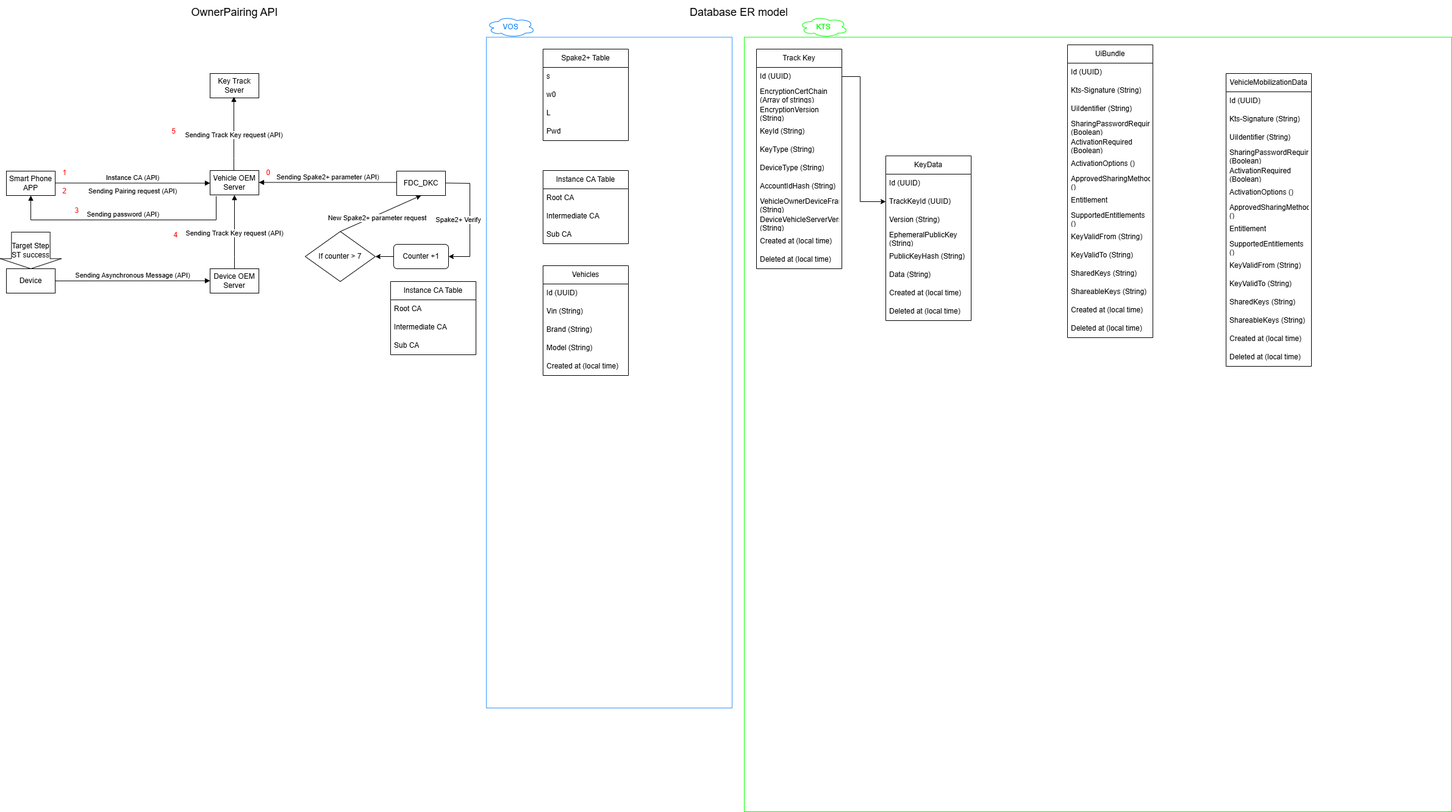
LaurenHsu31/DKC keeps this draw.io diagram as IoVOwnerPairingAPI.drawio.png. Above is the earlier version. Source tidied: cells renumbered, new cells last; positions are measured from the earlier drawing's top-left corner, leaving out a move shared by most shapes.
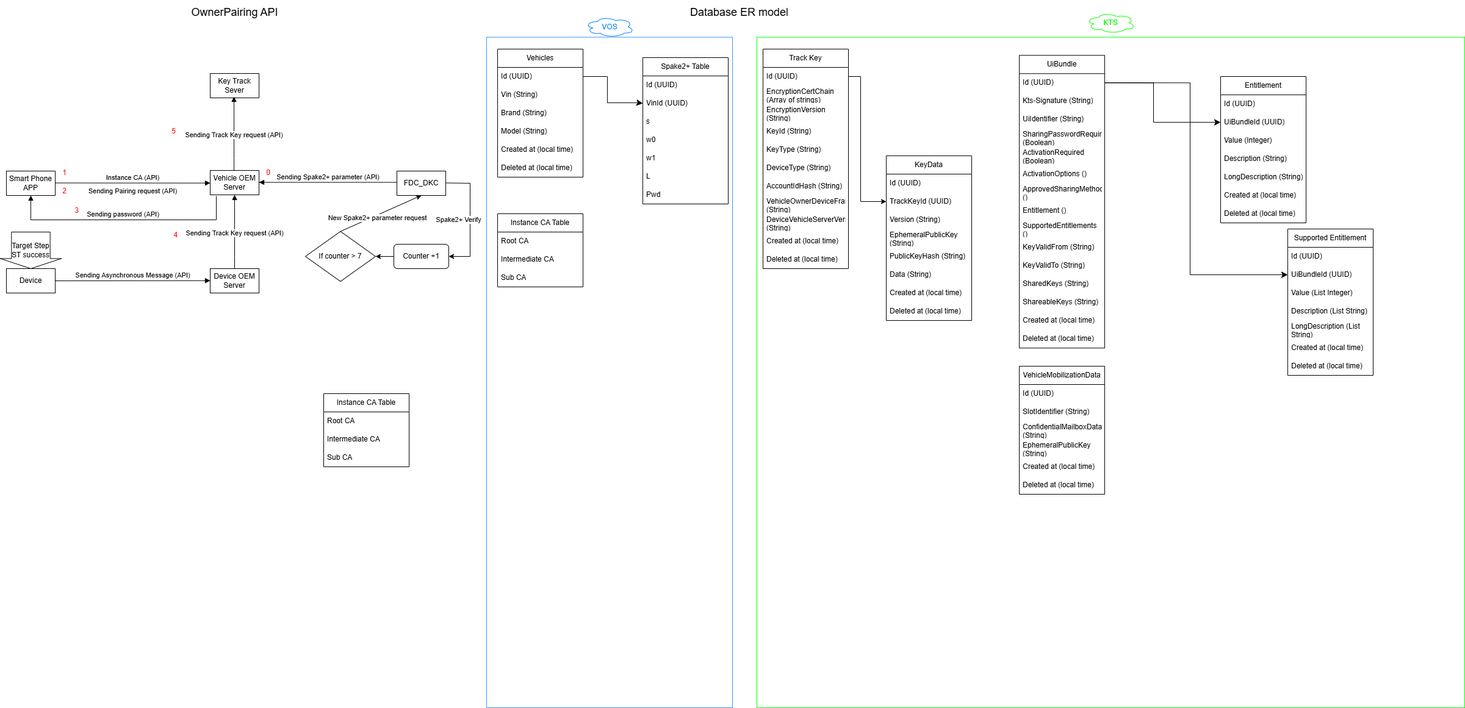
The same file after the commit.

The edit, as a diff of the source:
```diff
@@ -90,18 +90,27 @@
     <mxCell id="23" value="Spake2+ Table" style="swimlane;fontStyle=0;horizontal=1;startSize=30;whiteSpace=wrap;html=1;" parent="1" vertex="1">
-      <mxGeometry x="890" y="80" width="140" height="150" as="geometry" />
+      <mxGeometry x="1053" y="94" width="140" height="240" as="geometry" />
     </mxCell>
-    <mxCell id="24" value="s" style="text;strokeColor=none;fillColor=none;align=left;verticalAlign=middle;spacingLeft=4;spacingRight=4;overflow=hidden;whiteSpace=wrap;html=1;" parent="23" vertex="1">
+    <mxCell id="24" value="Id (UUID)" style="text;strokeColor=none;fillColor=none;align=left;verticalAlign=middle;spacingLeft=4;spacingRight=4;overflow=hidden;whiteSpace=wrap;html=1;" parent="23" vertex="1">
       <mxGeometry y="30" width="140" height="30" as="geometry" />
     </mxCell>
+    <mxCell id="108" value="VinId (UUID)" style="text;strokeColor=none;fillColor=none;align=left;verticalAlign=middle;spacingLeft=4;spacingRight=4;overflow=hidden;points=[[0,0.5],[1,0.5]];portConstraint=eastwest;whiteSpace=wrap;html=1;" parent="23" vertex="1">
+      <mxGeometry y="60" width="140" height="30" as="geometry" />
+    </mxCell>
+    <mxCell id="109" value="s" style="text;strokeColor=none;fillColor=none;align=left;verticalAlign=middle;spacingLeft=4;spacingRight=4;overflow=hidden;whiteSpace=wrap;html=1;" parent="23" vertex="1">
+      <mxGeometry y="90" width="140" height="30" as="geometry" />
+    </mxCell>
     <mxCell id="25" value="w0" style="text;strokeColor=none;fillColor=none;align=left;verticalAlign=middle;spacingLeft=4;spacingRight=4;overflow=hidden;whiteSpace=wrap;html=1;" parent="23" vertex="1">
-      <mxGeometry y="60" width="140" height="30" as="geometry" />
+      <mxGeometry y="120" width="140" height="30" as="geometry" />
     </mxCell>
+    <mxCell id="110" value="w1" style="text;strokeColor=none;fillColor=none;align=left;verticalAlign=middle;spacingLeft=4;spacingRight=4;overflow=hidden;whiteSpace=wrap;html=1;" parent="23" vertex="1">
+      <mxGeometry y="150" width="140" height="30" as="geometry" />
+    </mxCell>
     <mxCell id="26" value="L" style="text;strokeColor=none;fillColor=none;align=left;verticalAlign=middle;spacingLeft=4;spacingRight=4;overflow=hidden;whiteSpace=wrap;html=1;" parent="23" vertex="1">
-      <mxGeometry y="90" width="140" height="30" as="geometry" />
+      <mxGeometry y="180" width="140" height="30" as="geometry" />
     </mxCell>
     <mxCell id="27" value="Pwd" style="text;strokeColor=none;fillColor=none;align=left;verticalAlign=middle;spacingLeft=4;spacingRight=4;overflow=hidden;whiteSpace=wrap;html=1;" parent="23" vertex="1">
-      <mxGeometry y="120" width="140" height="30" as="geometry" />
+      <mxGeometry y="210" width="140" height="30" as="geometry" />
     </mxCell>
     <mxCell id="28" value="Instance CA Table" style="swimlane;fontStyle=0;horizontal=1;startSize=30;whiteSpace=wrap;html=1;" parent="1" vertex="1">
-      <mxGeometry x="890" y="279" width="140" height="120" as="geometry" />
+      <mxGeometry x="815" y="350" width="140" height="120" as="geometry" />
     </mxCell>
@@ -120,12 +129,12 @@
     <mxCell id="33" value="&lt;font style=&quot;color: rgb(0, 127, 255);&quot;&gt;VOS&lt;/font&gt;" style="ellipse;shape=cloud;whiteSpace=wrap;html=1;strokeColor=#007FFF;" parent="1" vertex="1">
-      <mxGeometry x="797" y="26.5" width="80" height="34" as="geometry" />
+      <mxGeometry x="958.5" y="26.5" width="80" height="34" as="geometry" />
     </mxCell>
     <mxCell id="34" style="rounded=0;whiteSpace=wrap;html=1;fillColor=none;strokeColor=#00FF00;" parent="1" vertex="1">
-      <mxGeometry x="1220" y="60.5" width="1160" height="1269.5" as="geometry" />
+      <mxGeometry x="1240" y="60.5" width="1160" height="1099.5" as="geometry" />
     </mxCell>
     <mxCell id="35" value="&lt;font style=&quot;color: rgb(0, 255, 0);&quot;&gt;KTS&lt;/font&gt;" style="ellipse;shape=cloud;whiteSpace=wrap;html=1;strokeColor=#00FF00;" parent="1" vertex="1">
-      <mxGeometry x="1310" y="26.5" width="80" height="34" as="geometry" />
+      <mxGeometry x="1780" y="20" width="80" height="34" as="geometry" />
     </mxCell>
     <mxCell id="36" value="Vehicles" style="swimlane;fontStyle=0;horizontal=1;startSize=30;whiteSpace=wrap;html=1;" parent="1" vertex="1">
-      <mxGeometry x="890" y="435" width="140" height="180" as="geometry" />
+      <mxGeometry x="815" y="80" width="140" height="210" as="geometry" />
     </mxCell>
@@ -146,2 +155,5 @@
     </mxCell>
+    <mxCell id="111" value="Deleted at (local time)" style="text;strokeColor=none;fillColor=none;align=left;verticalAlign=middle;spacingLeft=4;spacingRight=4;overflow=hidden;whiteSpace=wrap;html=1;" parent="36" vertex="1">
+      <mxGeometry y="180" width="140" height="30" as="geometry" />
+    </mxCell>
     <mxCell id="42" value="Counter +1" style="rounded=1;whiteSpace=wrap;html=1;" parent="1" vertex="1">
@@ -186,3 +198,3 @@
     <mxCell id="50" value="UiBundle" style="swimlane;fontStyle=0;horizontal=1;startSize=30;whiteSpace=wrap;html=1;" parent="1" vertex="1">
-      <mxGeometry x="1750" y="73" width="140" height="480" as="geometry" />
+      <mxGeometry x="1670" y="90.2" width="140" height="480" as="geometry" />
     </mxCell>
@@ -209,3 +221,3 @@
     </mxCell>
-    <mxCell id="58" value="Entitlement" style="text;strokeColor=none;fillColor=none;align=left;verticalAlign=middle;spacingLeft=4;spacingRight=4;overflow=hidden;whiteSpace=wrap;html=1;" parent="50" vertex="1">
+    <mxCell id="58" value="Entitlement ()" style="text;strokeColor=none;fillColor=none;align=left;verticalAlign=middle;spacingLeft=4;spacingRight=4;overflow=hidden;whiteSpace=wrap;html=1;" parent="50" vertex="1">
       <mxGeometry y="240" width="140" height="30" as="geometry" />
@@ -261,3 +273,3 @@
     <mxCell id="75" value="Track Key" style="swimlane;fontStyle=0;horizontal=1;startSize=30;whiteSpace=wrap;html=1;" parent="1" vertex="1">
-      <mxGeometry x="1240" y="80" width="140" height="360" as="geometry" />
+      <mxGeometry x="1250" y="80" width="140" height="360" as="geometry" />
     </mxCell>
@@ -297,3 +309,3 @@
     <mxCell id="87" value="Instance CA Table" style="swimlane;fontStyle=0;horizontal=1;startSize=30;whiteSpace=wrap;html=1;" parent="1" vertex="1">
-      <mxGeometry x="640" y="461" width="140" height="120" as="geometry" />
+      <mxGeometry x="530" y="645" width="140" height="120" as="geometry" />
     </mxCell>
@@ -317,3 +329,3 @@
     <mxCell id="92" value="VehicleMobilizationData" style="swimlane;fontStyle=0;horizontal=1;startSize=30;whiteSpace=wrap;html=1;" parent="1" vertex="1">
-      <mxGeometry x="2010" y="120" width="140" height="480" as="geometry" />
+      <mxGeometry x="1670" y="600" width="140" height="210" as="geometry" />
     </mxCell>
@@ -322,44 +334,92 @@
     </mxCell>
-    <mxCell id="94" value="Kts-Signature (String)" style="text;strokeColor=none;fillColor=none;align=left;verticalAlign=middle;spacingLeft=4;spacingRight=4;overflow=hidden;whiteSpace=wrap;html=1;" parent="92" vertex="1">
+    <mxCell id="94" value="SlotIdentifier (String)" style="text;strokeColor=none;fillColor=none;align=left;verticalAlign=middle;spacingLeft=4;spacingRight=4;overflow=hidden;whiteSpace=wrap;html=1;" parent="92" vertex="1">
       <mxGeometry y="60" width="140" height="30" as="geometry" />
     </mxCell>
-    <mxCell id="95" value="UiIdentifier (String)" style="text;strokeColor=none;fillColor=none;align=left;verticalAlign=middle;spacingLeft=4;spacingRight=4;overflow=hidden;whiteSpace=wrap;html=1;" parent="92" vertex="1">
+    <mxCell id="95" value="ConfidentialMailboxData (String)" style="text;strokeColor=none;fillColor=none;align=left;verticalAlign=middle;spacingLeft=4;spacingRight=4;overflow=hidden;whiteSpace=wrap;html=1;" parent="92" vertex="1">
       <mxGeometry y="90" width="140" height="30" as="geometry" />
     </mxCell>
-    <mxCell id="96" value="SharingPasswordRequired (Boolean)" style="text;strokeColor=none;fillColor=none;align=left;verticalAlign=middle;spacingLeft=4;spacingRight=4;overflow=hidden;whiteSpace=wrap;html=1;" parent="92" vertex="1">
+    <mxCell id="96" value="EphemeralPublicKey (String)" style="text;strokeColor=none;fillColor=none;align=left;verticalAlign=middle;spacingLeft=4;spacingRight=4;overflow=hidden;whiteSpace=wrap;html=1;" parent="92" vertex="1">
       <mxGeometry y="120" width="140" height="30" as="geometry" />
     </mxCell>
-    <mxCell id="97" value="ActivationRequired (Boolean)" style="text;strokeColor=none;fillColor=none;align=left;verticalAlign=middle;spacingLeft=4;spacingRight=4;overflow=hidden;whiteSpace=wrap;html=1;" parent="92" vertex="1">
+    <mxCell id="97" value="Created at (local time)" style="text;strokeColor=none;fillColor=none;align=left;verticalAlign=middle;spacingLeft=4;spacingRight=4;overflow=hidden;whiteSpace=wrap;html=1;" parent="92" vertex="1">
       <mxGeometry y="150" width="140" height="30" as="geometry" />
     </mxCell>
-    <mxCell id="98" value="ActivationOptions ()" style="text;strokeColor=none;fillColor=none;align=left;verticalAlign=middle;spacingLeft=4;spacingRight=4;overflow=hidden;whiteSpace=wrap;html=1;" parent="92" vertex="1">
+    <mxCell id="98" value="Deleted at (local time)" style="text;strokeColor=none;fillColor=none;align=left;verticalAlign=middle;spacingLeft=4;spacingRight=4;overflow=hidden;whiteSpace=wrap;html=1;" parent="92" vertex="1">
       <mxGeometry y="180" width="140" height="30" as="geometry" />
     </mxCell>
-    <mxCell id="99" value="ApprovedSharingMethods ()" style="text;strokeColor=none;fillColor=none;align=left;verticalAlign=middle;spacingLeft=4;spacingRight=4;overflow=hidden;whiteSpace=wrap;html=1;" parent="92" vertex="1">
-      <mxGeometry y="210" width="140" height="30" as="geometry" />
-    </mxCell>
-    <mxCell id="100" value="Entitlement" style="text;strokeColor=none;fillColor=none;align=left;verticalAlign=middle;spacingLeft=4;spacingRight=4;overflow=hidden;whiteSpace=wrap;html=1;" parent="92" vertex="1">
-      <mxGeometry y="240" width="140" height="30" as="geometry" />
+    <mxCell id="100" value="Entitlement" style="swimlane;fontStyle=0;horizontal=1;startSize=30;whiteSpace=wrap;html=1;" parent="1" vertex="1">
+      <mxGeometry x="2000" y="125" width="140" height="240" as="geometry" />
     </mxCell>
-    <mxCell id="101" value="SupportedEntitlements ()" style="text;strokeColor=none;fillColor=none;align=left;verticalAlign=middle;spacingLeft=4;spacingRight=4;overflow=hidden;whiteSpace=wrap;html=1;" parent="92" vertex="1">
-      <mxGeometry y="270" width="140" height="30" as="geometry" />
-    </mxCell>
-    <mxCell id="102" value="KeyValidFrom (String)" style="text;strokeColor=none;fillColor=none;align=left;verticalAlign=middle;spacingLeft=4;spacingRight=4;overflow=hidden;whiteSpace=wrap;html=1;" parent="92" vertex="1">
-      <mxGeometry y="300" width="140" height="30" as="geometry" />
-    </mxCell>
-    <mxCell id="103" value="KeyValidTo (String)" style="text;strokeColor=none;fillColor=none;align=left;verticalAlign=middle;spacingLeft=4;spacingRight=4;overflow=hidden;whiteSpace=wrap;html=1;" parent="92" vertex="1">
-      <mxGeometry y="330" width="140" height="30" as="geometry" />
-    </mxCell>
-    <mxCell id="104" value="SharedKeys (String)" style="text;strokeColor=none;fillColor=none;align=left;verticalAlign=middle;spacingLeft=4;spacingRight=4;overflow=hidden;whiteSpace=wrap;html=1;" parent="92" vertex="1">
-      <mxGeometry y="360" width="140" height="30" as="geometry" />
-    </mxCell>
-    <mxCell id="105" value="ShareableKeys (String)" style="text;strokeColor=none;fillColor=none;align=left;verticalAlign=middle;spacingLeft=4;spacingRight=4;overflow=hidden;whiteSpace=wrap;html=1;" parent="92" vertex="1">
-      <mxGeometry y="390" width="140" height="30" as="geometry" />
-    </mxCell>
-    <mxCell id="106" value="Created at (local time)" style="text;strokeColor=none;fillColor=none;align=left;verticalAlign=middle;spacingLeft=4;spacingRight=4;overflow=hidden;whiteSpace=wrap;html=1;" parent="92" vertex="1">
-      <mxGeometry y="420" width="140" height="30" as="geometry" />
-    </mxCell>
-    <mxCell id="107" value="Deleted at (local time)" style="text;strokeColor=none;fillColor=none;align=left;verticalAlign=middle;spacingLeft=4;spacingRight=4;overflow=hidden;whiteSpace=wrap;html=1;" parent="92" vertex="1">
-      <mxGeometry y="450" width="140" height="30" as="geometry" />
-    </mxCell>
+    <mxCell id="112" value="Id (UUID)" style="text;strokeColor=none;fillColor=none;align=left;verticalAlign=middle;spacingLeft=4;spacingRight=4;overflow=hidden;whiteSpace=wrap;html=1;" parent="100" vertex="1">
+      <mxGeometry y="30" width="140" height="30" as="geometry" />
+    </mxCell>
+    <mxCell id="113" value="UiBundleId (UUID)" style="text;strokeColor=none;fillColor=none;align=left;verticalAlign=middle;spacingLeft=4;spacingRight=4;overflow=hidden;points=[[0,0.5],[1,0.5]];portConstraint=eastwest;whiteSpace=wrap;html=1;" parent="100" vertex="1">
+      <mxGeometry y="60" width="140" height="30" as="geometry" />
+    </mxCell>
+    <mxCell id="114" value="Value (Integer)" style="text;strokeColor=none;fillColor=none;align=left;verticalAlign=middle;spacingLeft=4;spacingRight=4;overflow=hidden;whiteSpace=wrap;html=1;" parent="100" vertex="1">
+      <mxGeometry y="90" width="140" height="30" as="geometry" />
+    </mxCell>
+    <mxCell id="115" value="Description (String)" style="text;strokeColor=none;fillColor=none;align=left;verticalAlign=middle;spacingLeft=4;spacingRight=4;overflow=hidden;whiteSpace=wrap;html=1;" parent="100" vertex="1">
+      <mxGeometry y="120" width="140" height="30" as="geometry" />
+    </mxCell>
+    <mxCell id="116" value="LongDescription (String)" style="text;strokeColor=none;fillColor=none;align=left;verticalAlign=middle;spacingLeft=4;spacingRight=4;overflow=hidden;whiteSpace=wrap;html=1;" parent="100" vertex="1">
+      <mxGeometry y="150" width="140" height="30" as="geometry" />
+    </mxCell>
+    <mxCell id="117" value="Created at (local time)" style="text;strokeColor=none;fillColor=none;align=left;verticalAlign=middle;spacingLeft=4;spacingRight=4;overflow=hidden;whiteSpace=wrap;html=1;" parent="100" vertex="1">
+      <mxGeometry y="180" width="140" height="30" as="geometry" />
+    </mxCell>
+    <mxCell id="118" value="Deleted at (local time)" style="text;strokeColor=none;fillColor=none;align=left;verticalAlign=middle;spacingLeft=4;spacingRight=4;overflow=hidden;whiteSpace=wrap;html=1;" parent="100" vertex="1">
+      <mxGeometry y="210" width="140" height="30" as="geometry" />
+    </mxCell>
+    <mxCell id="119" style="edgeStyle=segmentEdgeStyle;endArrow=classic;html=1;curved=0;rounded=0;endSize=8;startSize=8;sourcePerimeterSpacing=0;targetPerimeterSpacing=0;exitX=1;exitY=0.5;exitDx=0;exitDy=0;entryX=0;entryY=0.5;entryDx=0;entryDy=0;" parent="1" edge="1" source="51" target="113">
+      <mxGeometry relative="1" as="geometry">
+        <Array as="points">
+          <mxPoint x="1890" y="135" />
+          <mxPoint x="1890" y="200" />
+          <mxPoint x="2000" y="200" />
+        </Array>
+      </mxGeometry>
+    </mxCell>
+    <mxCell id="120" value="Supported Entitlement" style="swimlane;fontStyle=0;horizontal=1;startSize=30;whiteSpace=wrap;html=1;" parent="1" vertex="1">
+      <mxGeometry x="2110" y="375" width="140" height="240" as="geometry" />
+    </mxCell>
+    <mxCell id="121" value="Id (UUID)" style="text;strokeColor=none;fillColor=none;align=left;verticalAlign=middle;spacingLeft=4;spacingRight=4;overflow=hidden;whiteSpace=wrap;html=1;" parent="120" vertex="1">
+      <mxGeometry y="30" width="140" height="30" as="geometry" />
+    </mxCell>
+    <mxCell id="122" value="UiBundleId (UUID)" style="text;strokeColor=none;fillColor=none;align=left;verticalAlign=middle;spacingLeft=4;spacingRight=4;overflow=hidden;points=[[0,0.5],[1,0.5]];portConstraint=eastwest;whiteSpace=wrap;html=1;" parent="120" vertex="1">
+      <mxGeometry y="60" width="140" height="30" as="geometry" />
+    </mxCell>
+    <mxCell id="123" value="Value (List Integer)" style="text;strokeColor=none;fillColor=none;align=left;verticalAlign=middle;spacingLeft=4;spacingRight=4;overflow=hidden;whiteSpace=wrap;html=1;" parent="120" vertex="1">
+      <mxGeometry y="90" width="140" height="30" as="geometry" />
+    </mxCell>
+    <mxCell id="124" value="Description (List String)" style="text;strokeColor=none;fillColor=none;align=left;verticalAlign=middle;spacingLeft=4;spacingRight=4;overflow=hidden;whiteSpace=wrap;html=1;" parent="120" vertex="1">
+      <mxGeometry y="120" width="140" height="30" as="geometry" />
+    </mxCell>
+    <mxCell id="125" value="LongDescription (List String)" style="text;strokeColor=none;fillColor=none;align=left;verticalAlign=middle;spacingLeft=4;spacingRight=4;overflow=hidden;whiteSpace=wrap;html=1;" parent="120" vertex="1">
+      <mxGeometry y="150" width="140" height="30" as="geometry" />
+    </mxCell>
+    <mxCell id="126" value="Created at (local time)" style="text;strokeColor=none;fillColor=none;align=left;verticalAlign=middle;spacingLeft=4;spacingRight=4;overflow=hidden;whiteSpace=wrap;html=1;" parent="120" vertex="1">
+      <mxGeometry y="180" width="140" height="30" as="geometry" />
+    </mxCell>
+    <mxCell id="127" value="Deleted at (local time)" style="text;strokeColor=none;fillColor=none;align=left;verticalAlign=middle;spacingLeft=4;spacingRight=4;overflow=hidden;whiteSpace=wrap;html=1;" parent="120" vertex="1">
+      <mxGeometry y="210" width="140" height="30" as="geometry" />
+    </mxCell>
+    <mxCell id="128" style="edgeStyle=segmentEdgeStyle;endArrow=classic;html=1;curved=0;rounded=0;endSize=8;startSize=8;sourcePerimeterSpacing=0;targetPerimeterSpacing=0;exitX=1;exitY=0.5;exitDx=0;exitDy=0;entryX=0;entryY=0.5;entryDx=0;entryDy=0;" parent="1" edge="1" source="51" target="122">
+      <mxGeometry relative="1" as="geometry">
+        <Array as="points">
+          <mxPoint x="1950" y="135" />
+          <mxPoint x="1950" y="450" />
+          <mxPoint x="2110" y="450" />
+        </Array>
+      </mxGeometry>
+    </mxCell>
+    <mxCell id="129" style="edgeStyle=segmentEdgeStyle;endArrow=classic;html=1;curved=0;rounded=0;endSize=8;startSize=8;sourcePerimeterSpacing=0;targetPerimeterSpacing=0;exitX=1;exitY=0.5;exitDx=0;exitDy=0;entryX=0;entryY=0.5;entryDx=0;entryDy=0;" parent="1" edge="1" source="37" target="108">
+      <mxGeometry relative="1" as="geometry">
+        <Array as="points">
+          <mxPoint x="995" y="125" />
+          <mxPoint x="995" y="168" />
+          <mxPoint x="1045" y="168" />
+        </Array>
+      </mxGeometry>
+    </mxCell>
   </root>
```
